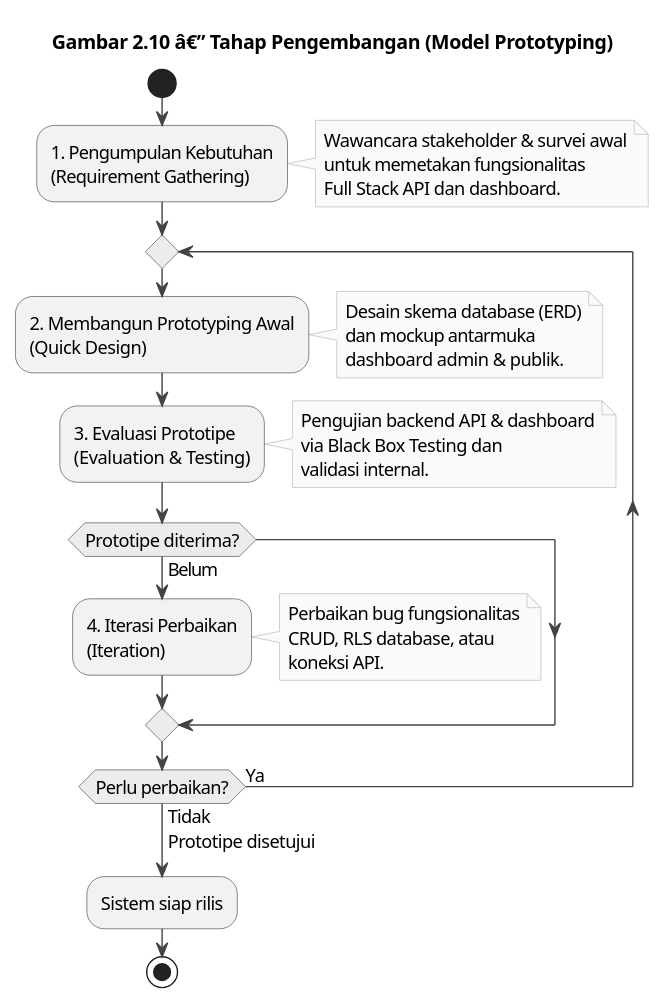
The PlantUML diagram diagrams/gambar-2-10-tahap-pengembangan.svg in Jokskuyy/workflow-ta-proyek, before a commit. The source it was exported from:
```plantuml
@startuml

skinparam backgroundColor #FFFFFF
skinparam shadowing false
skinparam defaultFontName "Segoe UI"
skinparam defaultFontSize 13
skinparam ArrowColor #444444
skinparam ActivityBorderColor #555555
skinparam ActivityBackgroundColor #F2F2F2
skinparam ActivityDiamondBackgroundColor #ECECEC
skinparam ActivityDiamondBorderColor #555555
skinparam NoteBackgroundColor #FAFAFA
skinparam NoteBorderColor #BBBBBB

title Gambar 2.10 â€” Tahap Pengembangan (Model Prototyping)

start

:1. Pengumpulan Kebutuhan\n(Requirement Gathering);
note right
  Wawancara stakeholder & survei awal
  untuk memetakan fungsionalitas
  Full Stack API dan dashboard.
end note

repeat
  :2. Membangun Prototyping Awal\n(Quick Design);
  note right
    Desain skema database (ERD)
    dan mockup antarmuka
    dashboard admin & publik.
  end note

  :3. Evaluasi Prototipe\n(Evaluation & Testing);
  note right
    Pengujian backend API & dashboard
    via Black Box Testing dan
    validasi internal.
  end note

  if (Prototipe diterima?) then (Belum)
    :4. Iterasi Perbaikan\n(Iteration);
    note right
      Perbaikan bug fungsionalitas
      CRUD, RLS database, atau
      koneksi API.
    end note
  endif
repeat while (Perlu perbaikan?) is (Ya) not (Tidak)
->Prototipe disetujui;

:Sistem siap rilis;

stop
@enduml
```
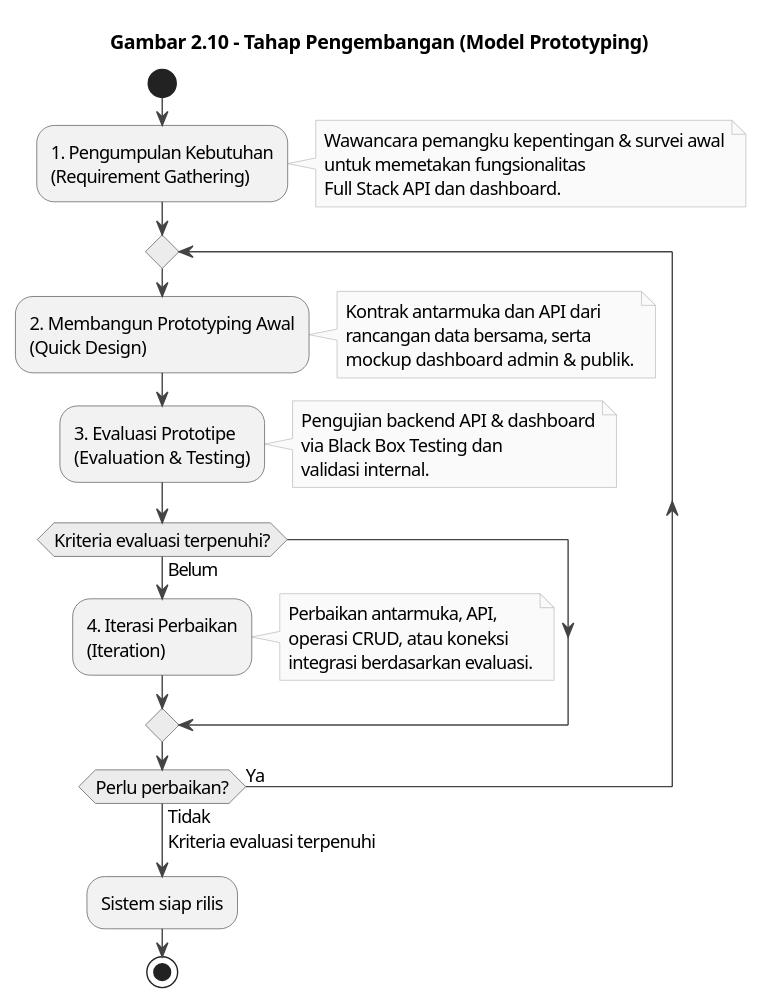
Later version of the same file.

Diff of the diagram source:
```diff
@@ -12,13 +12,13 @@
 skinparam NoteBackgroundColor #FAFAFA
 skinparam NoteBorderColor #BBBBBB
 
-title Gambar 2.10 â€” Tahap Pengembangan (Model Prototyping)
+title Gambar 2.10 - Tahap Pengembangan (Model Prototyping)
 
 start
 
 :1. Pengumpulan Kebutuhan\n(Requirement Gathering);
 note right
-  Wawancara stakeholder & survei awal
+  Wawancara pemangku kepentingan & survei awal
   untuk memetakan fungsionalitas
   Full Stack API dan dashboard.
 end note
@@ -26,9 +26,9 @@
 repeat
   :2. Membangun Prototyping Awal\n(Quick Design);
   note right
-    Desain skema database (ERD)
-    dan mockup antarmuka
-    dashboard admin & publik.
+    Kontrak antarmuka dan API dari
+    rancangan data bersama, serta
+    mockup dashboard admin & publik.
   end note
 
   :3. Evaluasi Prototipe\n(Evaluation & Testing);
@@ -38,16 +38,16 @@
     validasi internal.
   end note
 
-  if (Prototipe diterima?) then (Belum)
+  if (Kriteria evaluasi terpenuhi?) then (Belum)
     :4. Iterasi Perbaikan\n(Iteration);
     note right
-      Perbaikan bug fungsionalitas
-      CRUD, RLS database, atau
-      koneksi API.
+      Perbaikan antarmuka, API,
+      operasi CRUD, atau koneksi
+      integrasi berdasarkan evaluasi.
     end note
   endif
 repeat while (Perlu perbaikan?) is (Ya) not (Tidak)
-->Prototipe disetujui;
+->Kriteria evaluasi terpenuhi;
 
 :Sistem siap rilis;
 
```
